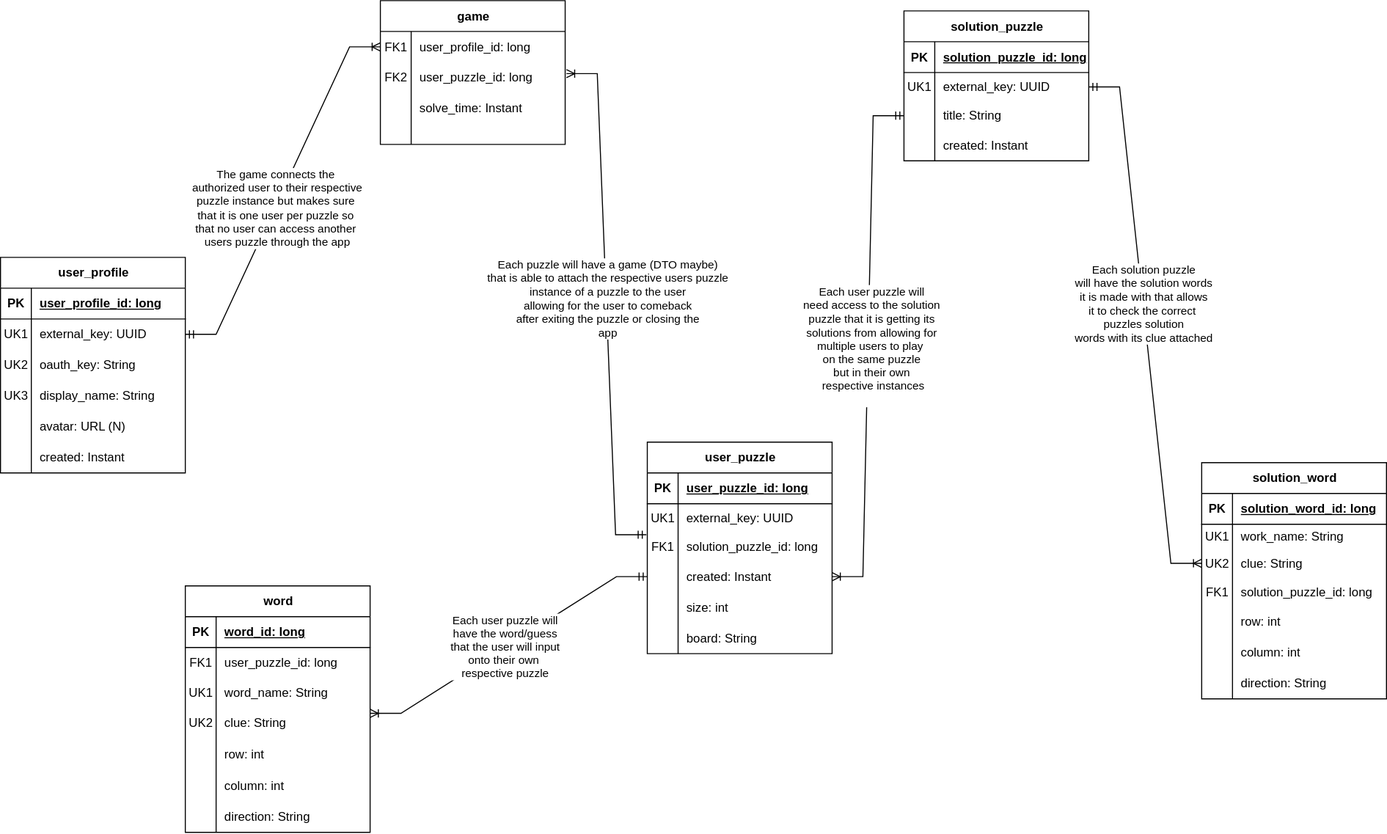
ddc-java-21/crossfyre keeps this draw.io diagram as docs/img/CrossFyre-ERD.drawio.svg. Above is the earlier version. Source tidied: cells renumbered, new cells last; positions are measured from the earlier drawing's top-left corner, leaving out a move shared by most shapes.
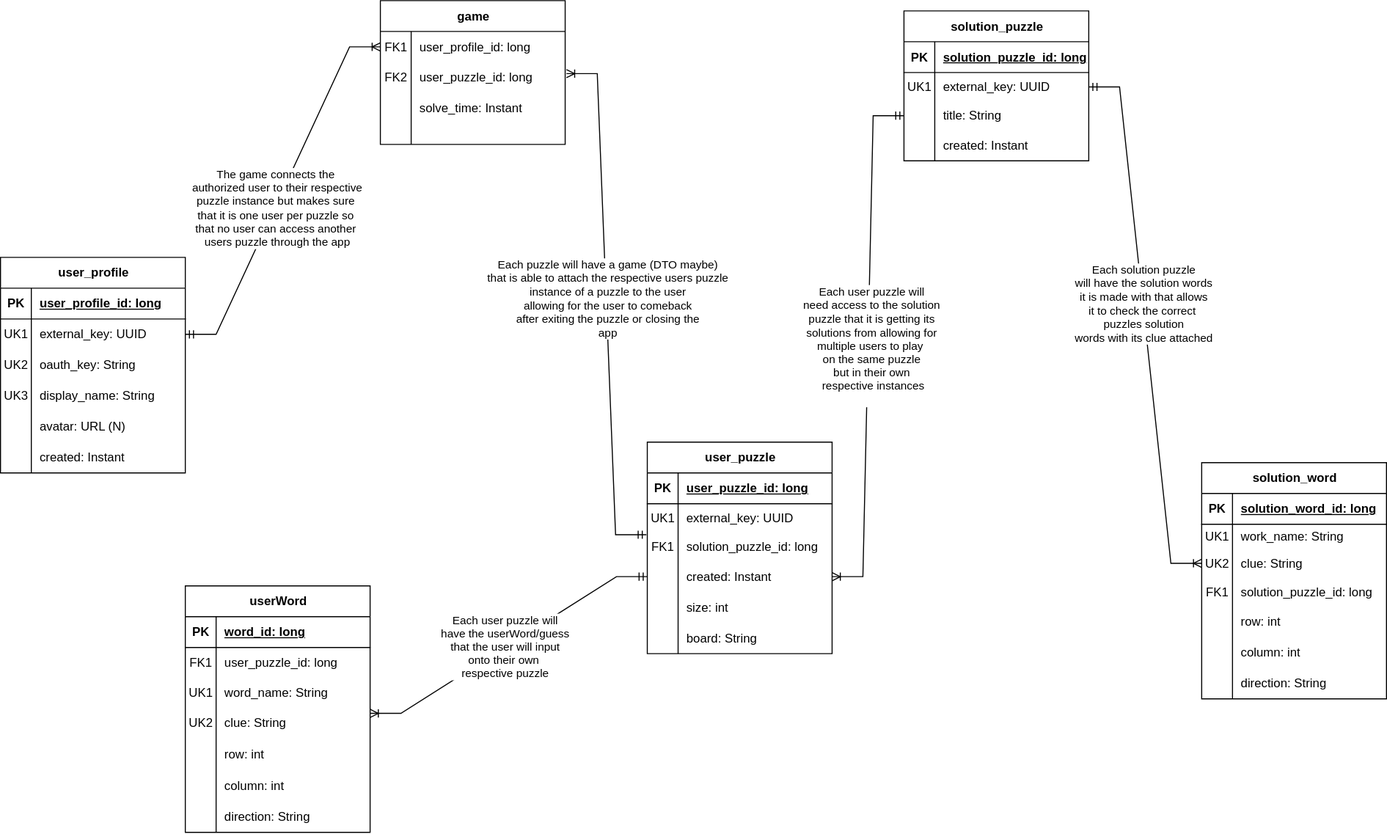
Above is the later version.

Commit message:
Added Game.java and refactored Word to UserWord.java in all classes

Diff of the diagram source:
```diff
@@ -155,7 +155,7 @@
     <mxCell id="52" style="shape=partialRectangle;fillColor=none;top=0;left=0;bottom=0;right=0;align=left;spacingLeft=6;overflow=hidden;whiteSpace=wrap;html=1;" parent="50" vertex="1">
       <mxGeometry x="30" width="150" height="20" as="geometry" />
     </mxCell>
-    <mxCell id="53" value="word" style="shape=table;startSize=30;rowLines=0;fontStyle=1;align=center;html=1;" parent="1" vertex="1">
+    <mxCell id="53" value="userWord" style="shape=table;startSize=30;rowLines=0;fontStyle=1;align=center;html=1;" parent="1" vertex="1">
       <mxGeometry x="180" y="570" width="180" height="240" as="geometry" />
     </mxCell>
     <mxCell id="54" style="shape=tableRow;horizontal=0;startSize=0;swimlaneHead=0;swimlaneBody=0;fillColor=none;top=0;left=0;right=0;bottom=1;" parent="53" vertex="1">
@@ -230,7 +230,7 @@
     <mxCell id="77" style="edgeStyle=entityRelationEdgeStyle;fontSize=12;html=1;endArrow=ERoneToMany;startArrow=ERmandOne;rounded=0;exitX=0;exitY=0.5;exitDx=0;exitDy=0;entryX=1;entryY=0.206;entryDx=0;entryDy=0;entryPerimeter=0;" parent="1" edge="1" source="31" target="63">
       <mxGeometry relative="1" as="geometry" />
     </mxCell>
-    <mxCell id="78" value="Each user puzzle will&lt;div&gt;have the word/guess&lt;/div&gt;&lt;div&gt;that the user will input&lt;/div&gt;&lt;div&gt;onto their own&amp;nbsp;&lt;/div&gt;&lt;div&gt;respective&amp;nbsp;&lt;span style=&quot;background-color: light-dark(#ffffff, var(--ge-dark-color, #121212)); color: light-dark(rgb(0, 0, 0), rgb(255, 255, 255));&quot;&gt;puzzle&lt;/span&gt;&lt;/div&gt;" style="edgeLabel;html=1;align=center;verticalAlign=middle;" parent="77" vertex="1">
+    <mxCell id="78" value="Each user puzzle will&lt;div&gt;have the userWord/guess&lt;/div&gt;&lt;div&gt;that the user will input&lt;/div&gt;&lt;div&gt;onto their own&amp;nbsp;&lt;/div&gt;&lt;div&gt;respective&amp;nbsp;&lt;span style=&quot;background-color: light-dark(#ffffff, var(--ge-dark-color, #121212)); color: light-dark(rgb(0, 0, 0), rgb(255, 255, 255));&quot;&gt;puzzle&lt;/span&gt;&lt;/div&gt;" style="edgeLabel;html=1;align=center;verticalAlign=middle;" parent="77" vertex="1">
       <mxGeometry x="0.03" y="-2" relative="1" as="geometry" />
     </mxCell>
     <mxCell id="79" style="edgeStyle=entityRelationEdgeStyle;fontSize=12;html=1;endArrow=ERoneToMany;startArrow=ERmandOne;rounded=0;exitX=1;exitY=0.5;exitDx=0;exitDy=0;entryX=0;entryY=0.5;entryDx=0;entryDy=0;" parent="1" edge="1" source="6" target="41">
```
